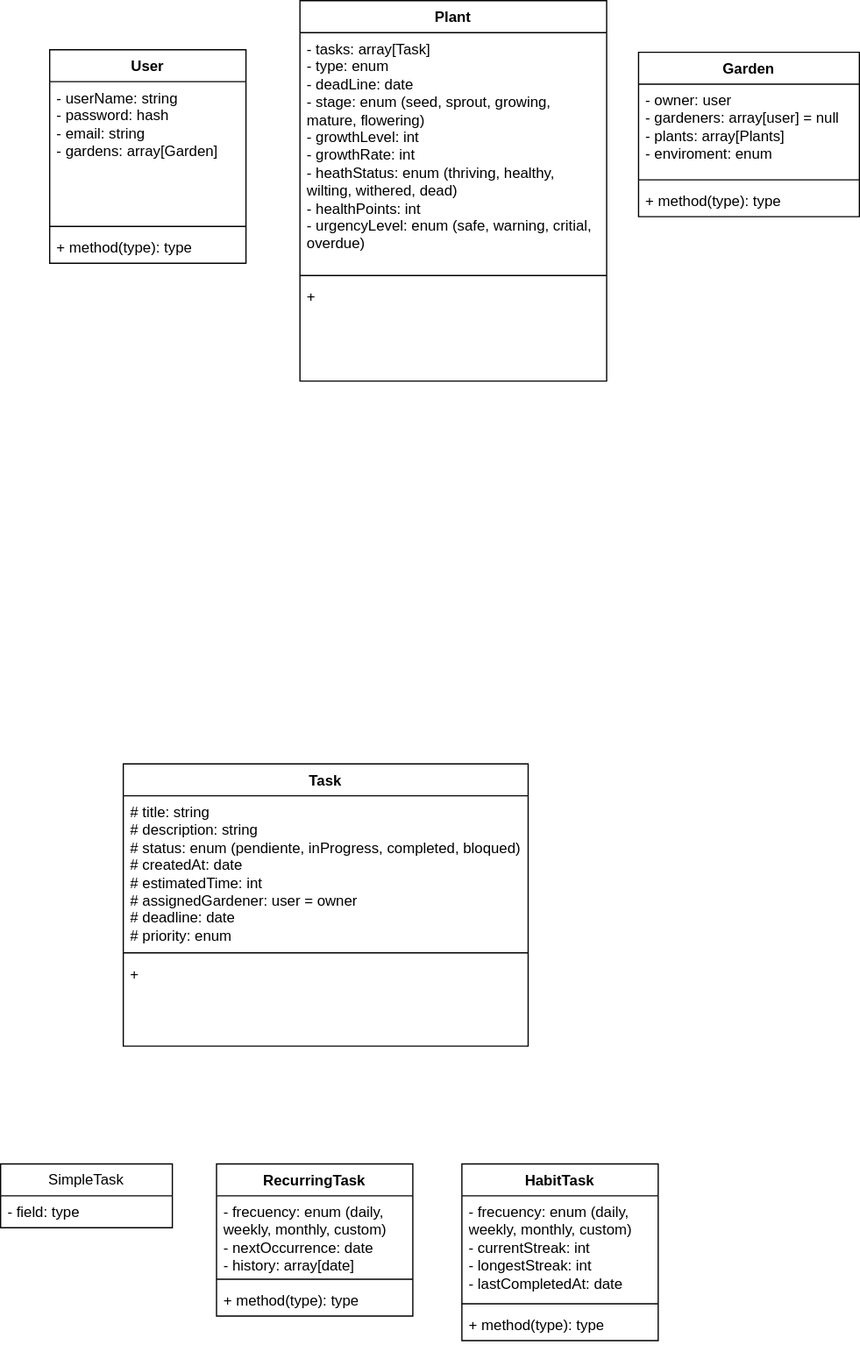
danielmoralesar/pomodoro-garden keeps this draw.io diagram as utils/uml-project.drawio.svg. Above is the earlier version. Source tidied: cells renumbered, new cells last; positions are measured from the earlier drawing's top-left corner, leaving out a move shared by most shapes.
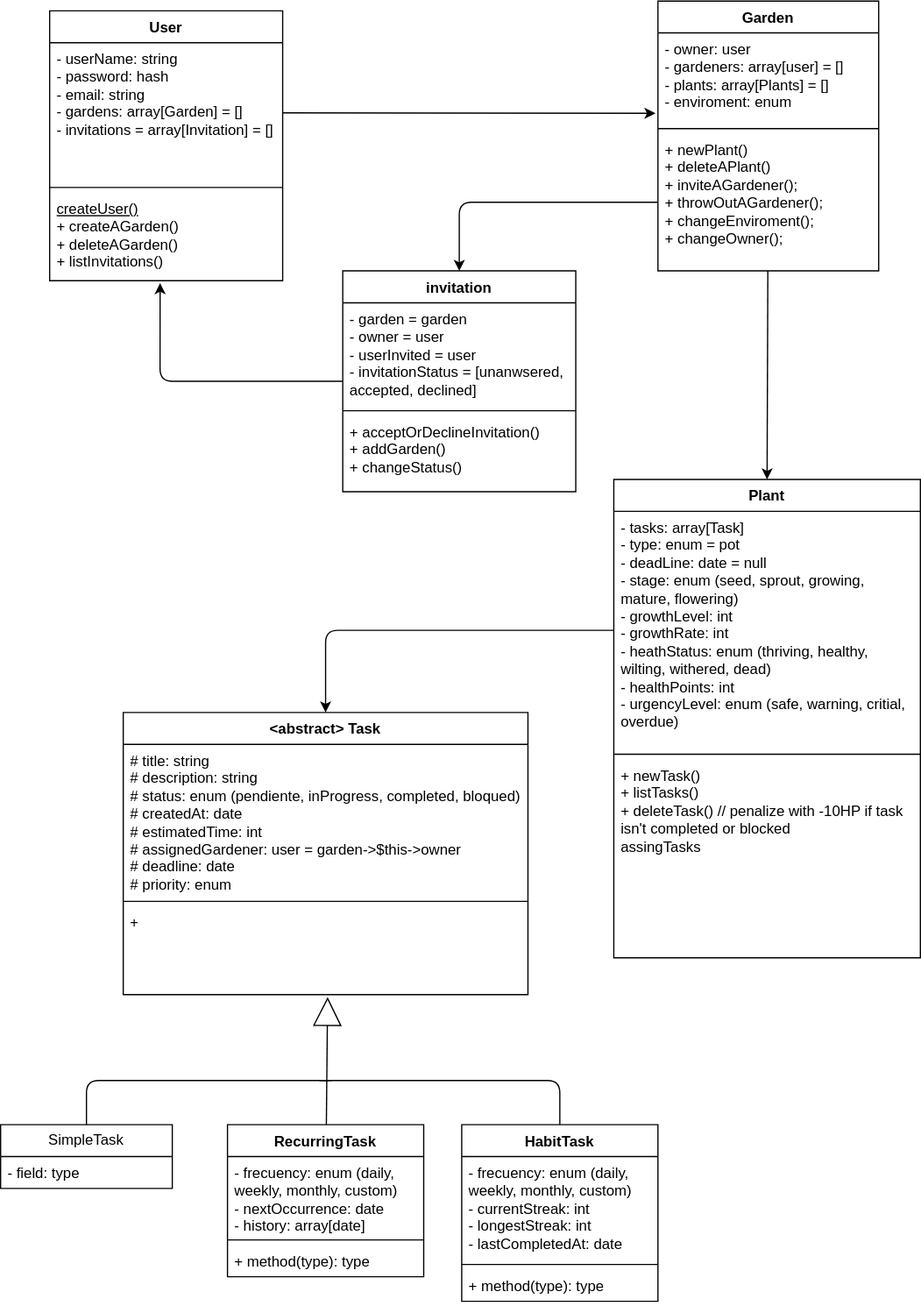
Above is the later version.

What changed in the source:
```diff
@@ -3,45 +3,48 @@
     <mxCell id="0" />
     <mxCell id="1" parent="0" />
     <mxCell id="2" value="User" style="swimlane;fontStyle=1;align=center;verticalAlign=top;horizontal=1;startSize=26;whiteSpace=wrap;html=1;" parent="1" vertex="1">
-      <mxGeometry x="40" y="40" width="160" height="174" as="geometry" />
+      <mxGeometry x="40" y="40" width="190" height="220" as="geometry" />
     </mxCell>
-    <mxCell id="3" value="- userName: string&lt;div&gt;- password: hash&lt;/div&gt;&lt;div&gt;- email: string&lt;/div&gt;&lt;div&gt;- gardens: array[Garden]&lt;/div&gt;" style="text;strokeColor=none;fillColor=none;align=left;verticalAlign=top;spacingLeft=4;spacingRight=4;overflow=hidden;points=[[0,0.5],[1,0.5]];portConstraint=eastwest;whiteSpace=wrap;html=1;" parent="2" vertex="1">
-      <mxGeometry y="26" width="160" height="114" as="geometry" />
+    <mxCell id="3" value="- userName: string&lt;div&gt;- password: hash&lt;/div&gt;&lt;div&gt;- email: string&lt;/div&gt;&lt;div&gt;- gardens: array[Garden] = []&lt;/div&gt;&lt;div&gt;- invitations = array[Invitation] = []&lt;/div&gt;" style="text;strokeColor=none;fillColor=none;align=left;verticalAlign=top;spacingLeft=4;spacingRight=4;overflow=hidden;points=[[0,0.5],[1,0.5]];portConstraint=eastwest;whiteSpace=wrap;html=1;" parent="2" vertex="1">
+      <mxGeometry y="26" width="190" height="114" as="geometry" />
     </mxCell>
     <mxCell id="4" style="line;strokeWidth=1;fillColor=none;align=left;verticalAlign=middle;spacingTop=-1;spacingLeft=3;spacingRight=3;labelPosition=right;strokeColor=inherit;" parent="2" vertex="1">
-      <mxGeometry y="140" width="160" height="8" as="geometry" />
+      <mxGeometry y="140" width="190" height="8" as="geometry" />
     </mxCell>
-    <mxCell id="5" value="+ method(type): type" style="text;strokeColor=none;fillColor=none;align=left;verticalAlign=top;spacingLeft=4;spacingRight=4;overflow=hidden;points=[[0,0.5],[1,0.5]];portConstraint=eastwest;whiteSpace=wrap;html=1;" parent="2" vertex="1">
-      <mxGeometry y="148" width="160" height="26" as="geometry" />
+    <mxCell id="5" value="&lt;div&gt;&lt;u&gt;createUser()&lt;/u&gt;&lt;/div&gt;+ createAGarden()&lt;div&gt;+ deleteAGarden()&lt;/div&gt;&lt;div&gt;+ listInvitations()&lt;/div&gt;&lt;div&gt;&lt;br&gt;&lt;/div&gt;" style="text;strokeColor=none;fillColor=none;align=left;verticalAlign=top;spacingLeft=4;spacingRight=4;overflow=hidden;points=[[0,0.5],[1,0.5]];portConstraint=eastwest;whiteSpace=wrap;html=1;" parent="2" vertex="1">
+      <mxGeometry y="148" width="190" height="72" as="geometry" />
     </mxCell>
     <mxCell id="6" value="Plant" style="swimlane;fontStyle=1;align=center;verticalAlign=top;horizontal=1;startSize=26;whiteSpace=wrap;html=1;" parent="1" vertex="1">
-      <mxGeometry x="244" width="250" height="310" as="geometry" />
+      <mxGeometry x="500" y="422" width="250" height="390" as="geometry" />
     </mxCell>
-    <mxCell id="7" value="&lt;div&gt;&lt;span style=&quot;background-color: transparent; color: light-dark(rgb(0, 0, 0), rgb(255, 255, 255));&quot;&gt;- tasks: array[Task]&lt;/span&gt;&lt;/div&gt;&lt;div&gt;- type: enum&amp;nbsp;&lt;/div&gt;&lt;div&gt;- deadLine: date&lt;/div&gt;&lt;div&gt;- stage: enum (seed, sprout, growing, mature, flowering)&lt;/div&gt;&lt;div&gt;- growthLevel: int&lt;/div&gt;&lt;div&gt;- growthRate: int&lt;/div&gt;&lt;div&gt;- heathStatus: enum (thriving, healthy, wilting, withered, dead)&lt;/div&gt;&lt;div&gt;- healthPoints: int&lt;/div&gt;&lt;div&gt;- urgencyLevel: enum (safe, warning, critial, overdue)&lt;/div&gt;" style="text;strokeColor=none;fillColor=none;align=left;verticalAlign=top;spacingLeft=4;spacingRight=4;overflow=hidden;points=[[0,0.5],[1,0.5]];portConstraint=eastwest;whiteSpace=wrap;html=1;" parent="6" vertex="1">
+    <mxCell id="7" value="&lt;div&gt;&lt;span style=&quot;background-color: transparent; color: light-dark(rgb(0, 0, 0), rgb(255, 255, 255));&quot;&gt;- tasks: array[Task]&lt;/span&gt;&lt;/div&gt;&lt;div&gt;- type: enum = pot&lt;/div&gt;&lt;div&gt;- deadLine: date = null&lt;/div&gt;&lt;div&gt;- stage: enum (seed, sprout, growing, mature, flowering)&lt;/div&gt;&lt;div&gt;- growthLevel: int&lt;/div&gt;&lt;div&gt;- growthRate: int&lt;/div&gt;&lt;div&gt;- heathStatus: enum (thriving, healthy, wilting, withered, dead)&lt;/div&gt;&lt;div&gt;- healthPoints: int&lt;/div&gt;&lt;div&gt;- urgencyLevel: enum (safe, warning, critial, overdue)&lt;/div&gt;" style="text;strokeColor=none;fillColor=none;align=left;verticalAlign=top;spacingLeft=4;spacingRight=4;overflow=hidden;points=[[0,0.5],[1,0.5]];portConstraint=eastwest;whiteSpace=wrap;html=1;" parent="6" vertex="1">
       <mxGeometry y="26" width="250" height="194" as="geometry" />
     </mxCell>
     <mxCell id="8" style="line;strokeWidth=1;fillColor=none;align=left;verticalAlign=middle;spacingTop=-1;spacingLeft=3;spacingRight=3;labelPosition=right;strokeColor=inherit;" parent="6" vertex="1">
       <mxGeometry y="220" width="250" height="8" as="geometry" />
     </mxCell>
-    <mxCell id="9" value="+" style="text;strokeColor=none;fillColor=none;align=left;verticalAlign=top;spacingLeft=4;spacingRight=4;overflow=hidden;whiteSpace=wrap;html=1;" parent="6" vertex="1">
-      <mxGeometry y="228" width="250" height="82" as="geometry" />
+    <mxCell id="9" value="+ newTask()&lt;div&gt;&lt;font style=&quot;color: light-dark(rgb(0, 0, 0), rgb(255, 255, 255));&quot;&gt;+ listTasks()&lt;br&gt;&lt;/font&gt;&lt;div&gt;+ deleteTask() // penalize with -10HP if task isn't completed or blocked&amp;nbsp;&lt;/div&gt;&lt;div&gt;assingTasks&lt;/div&gt;&lt;/div&gt;" style="text;strokeColor=none;fillColor=none;align=left;verticalAlign=top;spacingLeft=4;spacingRight=4;overflow=hidden;whiteSpace=wrap;html=1;" parent="6" vertex="1">
+      <mxGeometry y="228" width="250" height="162" as="geometry" />
     </mxCell>
+    <mxCell id="28" style="edgeStyle=none;html=1;entryX=0.5;entryY=0;entryDx=0;entryDy=0;" parent="1" edge="1" source="10" target="6">
+      <mxGeometry relative="1" as="geometry" />
+    </mxCell>
     <mxCell id="10" value="Garden" style="swimlane;fontStyle=1;align=center;verticalAlign=top;horizontal=1;startSize=26;whiteSpace=wrap;html=1;" parent="1" vertex="1">
-      <mxGeometry x="520" y="42" width="180" height="134" as="geometry" />
+      <mxGeometry x="536" y="32" width="180" height="220" as="geometry" />
     </mxCell>
-    <mxCell id="11" value="- owner: user&lt;div&gt;- gardeners: array[user] = null&lt;br&gt;&lt;div&gt;- plants: array[Plants]&lt;/div&gt;&lt;/div&gt;&lt;div&gt;- enviroment: enum&lt;/div&gt;" style="text;strokeColor=none;fillColor=none;align=left;verticalAlign=top;spacingLeft=4;spacingRight=4;overflow=hidden;points=[[0,0.5],[1,0.5]];portConstraint=eastwest;whiteSpace=wrap;html=1;" parent="10" vertex="1">
+    <mxCell id="11" value="- owner: user&lt;div&gt;- gardeners: array[user] = []&lt;br&gt;&lt;div&gt;- plants: array[Plants] = []&lt;/div&gt;&lt;/div&gt;&lt;div&gt;- enviroment: enum&lt;/div&gt;" style="text;strokeColor=none;fillColor=none;align=left;verticalAlign=top;spacingLeft=4;spacingRight=4;overflow=hidden;points=[[0,0.5],[1,0.5]];portConstraint=eastwest;whiteSpace=wrap;html=1;" parent="10" vertex="1">
       <mxGeometry y="26" width="180" height="74" as="geometry" />
     </mxCell>
     <mxCell id="12" style="line;strokeWidth=1;fillColor=none;align=left;verticalAlign=middle;spacingTop=-1;spacingLeft=3;spacingRight=3;labelPosition=right;strokeColor=inherit;" parent="10" vertex="1">
       <mxGeometry y="100" width="180" height="8" as="geometry" />
     </mxCell>
-    <mxCell id="13" value="+ method(type): type" style="text;strokeColor=none;fillColor=none;align=left;verticalAlign=top;spacingLeft=4;spacingRight=4;overflow=hidden;points=[[0,0.5],[1,0.5]];portConstraint=eastwest;whiteSpace=wrap;html=1;" parent="10" vertex="1">
-      <mxGeometry y="108" width="180" height="26" as="geometry" />
+    <mxCell id="13" value="+ newPlant()&lt;div&gt;+ deleteAPlant()&lt;/div&gt;&lt;div&gt;+ inviteAGardener();&lt;/div&gt;&lt;div&gt;+ throwOutAGardener();&lt;/div&gt;&lt;div&gt;+ changeEnviroment();&lt;/div&gt;&lt;div&gt;+ changeOwner();&lt;/div&gt;" style="text;strokeColor=none;fillColor=none;align=left;verticalAlign=top;spacingLeft=4;spacingRight=4;overflow=hidden;points=[[0,0.5],[1,0.5]];portConstraint=eastwest;whiteSpace=wrap;html=1;" parent="10" vertex="1">
+      <mxGeometry y="108" width="180" height="112" as="geometry" />
     </mxCell>
-    <mxCell id="14" value="Task" style="swimlane;fontStyle=1;align=center;verticalAlign=top;horizontal=1;startSize=26;whiteSpace=wrap;html=1;" parent="1" vertex="1">
-      <mxGeometry x="100" y="622" width="330" height="230" as="geometry" />
+    <mxCell id="14" value="&amp;nbsp;&amp;lt;abstract&amp;gt; Task" style="swimlane;fontStyle=1;align=center;verticalAlign=top;horizontal=1;startSize=26;whiteSpace=wrap;html=1;" parent="1" vertex="1">
+      <mxGeometry x="100" y="612" width="330" height="230" as="geometry" />
     </mxCell>
-    <mxCell id="15" value="# title: string&lt;div&gt;# description: string&lt;br&gt;&lt;div&gt;# status: enum (pendiente, inProgress, completed, bloqued)&lt;/div&gt;&lt;/div&gt;&lt;div&gt;# createdAt: date&lt;/div&gt;&lt;div&gt;# estimatedTime: int&lt;/div&gt;&lt;div&gt;# assignedGardener: user = owner&lt;/div&gt;&lt;div&gt;# deadline: date&lt;/div&gt;&lt;div&gt;# priority: enum&lt;/div&gt;" style="text;strokeColor=none;fillColor=none;align=left;verticalAlign=top;spacingLeft=4;spacingRight=4;overflow=hidden;whiteSpace=wrap;html=1;" parent="14" vertex="1">
+    <mxCell id="15" value="# title: string&lt;div&gt;# description: string&lt;br&gt;&lt;div&gt;# status: enum (pendiente, inProgress, completed, bloqued)&lt;/div&gt;&lt;/div&gt;&lt;div&gt;# createdAt: date&lt;/div&gt;&lt;div&gt;# estimatedTime: int&lt;/div&gt;&lt;div&gt;# assignedGardener: user = garden-&amp;gt;$this-&amp;gt;owner&lt;/div&gt;&lt;div&gt;# deadline: date&lt;/div&gt;&lt;div&gt;# priority: enum&lt;/div&gt;" style="text;strokeColor=none;fillColor=none;align=left;verticalAlign=top;spacingLeft=4;spacingRight=4;overflow=hidden;whiteSpace=wrap;html=1;" parent="14" vertex="1">
       <mxGeometry y="26" width="330" height="124" as="geometry" />
     </mxCell>
     <mxCell id="16" style="line;strokeWidth=1;fillColor=none;align=left;verticalAlign=middle;spacingTop=-1;spacingLeft=3;spacingRight=3;labelPosition=right;strokeColor=inherit;" parent="14" vertex="1">
@@ -50,6 +53,14 @@
     <mxCell id="17" value="+" style="text;strokeColor=none;fillColor=none;align=left;verticalAlign=top;spacingLeft=4;spacingRight=4;overflow=hidden;points=[[0,0.5],[1,0.5]];portConstraint=eastwest;whiteSpace=wrap;html=1;" parent="14" vertex="1">
       <mxGeometry y="158" width="330" height="72" as="geometry" />
     </mxCell>
+    <mxCell id="29" style="edgeStyle=orthogonalEdgeStyle;html=1;endArrow=none;endFill=0;" parent="1" edge="1" source="18">
+      <mxGeometry relative="1" as="geometry">
+        <mxPoint x="270" y="912" as="targetPoint" />
+        <Array as="points">
+          <mxPoint x="70" y="912" />
+        </Array>
+      </mxGeometry>
+    </mxCell>
     <mxCell id="18" value="SimpleTask" style="swimlane;fontStyle=0;horizontal=1;startSize=26;fillColor=none;whiteSpace=wrap;html=1;" parent="1" vertex="1">
       <mxGeometry y="948" width="140" height="52" as="geometry" />
     </mxCell>
@@ -57,7 +68,7 @@
       <mxGeometry y="26" width="140" height="26" as="geometry" />
     </mxCell>
     <mxCell id="20" value="RecurringTask" style="swimlane;fontStyle=1;align=center;verticalAlign=top;horizontal=1;startSize=26;whiteSpace=wrap;html=1;" parent="1" vertex="1">
-      <mxGeometry x="176" y="948" width="160" height="124" as="geometry" />
+      <mxGeometry x="185" y="948" width="160" height="124" as="geometry" />
     </mxCell>
     <mxCell id="21" value="- frecuency: enum (daily, weekly, monthly, custom)&lt;div&gt;- nextOccurrence: date&lt;/div&gt;&lt;div&gt;- history: array[date]&lt;/div&gt;" style="text;strokeColor=none;fillColor=none;align=left;verticalAlign=top;spacingLeft=4;spacingRight=4;overflow=hidden;whiteSpace=wrap;html=1;" parent="20" vertex="1">
       <mxGeometry y="26" width="160" height="64" as="geometry" />
@@ -68,6 +79,14 @@
     <mxCell id="23" value="+ method(type): type" style="text;strokeColor=none;fillColor=none;align=left;verticalAlign=top;spacingLeft=4;spacingRight=4;overflow=hidden;whiteSpace=wrap;html=1;" parent="20" vertex="1">
       <mxGeometry y="98" width="160" height="26" as="geometry" />
     </mxCell>
+    <mxCell id="30" style="edgeStyle=orthogonalEdgeStyle;html=1;endArrow=none;endFill=0;" parent="1" edge="1" source="24">
+      <mxGeometry relative="1" as="geometry">
+        <mxPoint x="260" y="912" as="targetPoint" />
+        <Array as="points">
+          <mxPoint x="456" y="912" />
+        </Array>
+      </mxGeometry>
+    </mxCell>
     <mxCell id="24" value="HabitTask" style="swimlane;fontStyle=1;align=center;verticalAlign=top;horizontal=1;startSize=26;whiteSpace=wrap;html=1;" parent="1" vertex="1">
       <mxGeometry x="376" y="948" width="160" height="144" as="geometry" />
     </mxCell>
@@ -80,5 +99,44 @@
     <mxCell id="27" value="+ method(type): type" style="text;strokeColor=none;fillColor=none;align=left;verticalAlign=top;spacingLeft=4;spacingRight=4;overflow=hidden;whiteSpace=wrap;html=1;" parent="24" vertex="1">
       <mxGeometry y="118" width="160" height="26" as="geometry" />
     </mxCell>
+    <mxCell id="31" style="edgeStyle=none;html=1;entryX=0.5;entryY=0;entryDx=0;entryDy=0;" parent="1" edge="1" source="7" target="14">
+      <mxGeometry relative="1" as="geometry">
+        <Array as="points">
+          <mxPoint x="265" y="545" />
+        </Array>
+      </mxGeometry>
+    </mxCell>
+    <mxCell id="32" style="edgeStyle=none;html=1;entryX=0.505;entryY=1.028;entryDx=0;entryDy=0;entryPerimeter=0;endArrow=block;endFill=0;endSize=21;" parent="1" edge="1" source="20" target="17">
+      <mxGeometry relative="1" as="geometry" />
+    </mxCell>
+    <mxCell id="33" value="invitation" style="swimlane;fontStyle=1;align=center;verticalAlign=top;horizontal=1;startSize=26;whiteSpace=wrap;html=1;" parent="1" vertex="1">
+      <mxGeometry x="279" y="252" width="190" height="180" as="geometry" />
+    </mxCell>
+    <mxCell id="34" value="- garden = garden&lt;div&gt;- owner = user&lt;/div&gt;&lt;div&gt;- userInvited = user&lt;/div&gt;&lt;div&gt;- invitationStatus = [unanwsered, accepted, declined]&lt;/div&gt;" style="text;strokeColor=none;fillColor=none;align=left;verticalAlign=top;spacingLeft=4;spacingRight=4;overflow=hidden;whiteSpace=wrap;html=1;" parent="33" vertex="1">
+      <mxGeometry y="26" width="190" height="84" as="geometry" />
+    </mxCell>
+    <mxCell id="35" style="line;strokeWidth=1;fillColor=none;align=left;verticalAlign=middle;spacingTop=-1;spacingLeft=3;spacingRight=3;labelPosition=right;strokeColor=inherit;" parent="33" vertex="1">
+      <mxGeometry y="110" width="190" height="8" as="geometry" />
+    </mxCell>
+    <mxCell id="36" value="+ acceptOrDeclineInvitation()&lt;div&gt;+ addGarden()&lt;/div&gt;&lt;div&gt;+ changeStatus()&lt;/div&gt;" style="text;strokeColor=none;fillColor=none;align=left;verticalAlign=top;spacingLeft=4;spacingRight=4;overflow=hidden;whiteSpace=wrap;html=1;" parent="33" vertex="1">
+      <mxGeometry y="118" width="190" height="62" as="geometry" />
+    </mxCell>
+    <mxCell id="37" style="edgeStyle=none;html=1;entryX=-0.011;entryY=0.886;entryDx=0;entryDy=0;entryPerimeter=0;" parent="1" edge="1" source="3" target="11">
+      <mxGeometry relative="1" as="geometry" />
+    </mxCell>
+    <mxCell id="38" style="edgeStyle=none;html=1;entryX=0.5;entryY=0;entryDx=0;entryDy=0;" parent="1" edge="1" source="13" target="33">
+      <mxGeometry relative="1" as="geometry">
+        <Array as="points">
+          <mxPoint x="374" y="196" />
+        </Array>
+      </mxGeometry>
+    </mxCell>
+    <mxCell id="39" style="edgeStyle=none;html=1;entryX=0.474;entryY=1.028;entryDx=0;entryDy=0;entryPerimeter=0;" parent="1" edge="1" source="33" target="5">
+      <mxGeometry relative="1" as="geometry">
+        <Array as="points">
+          <mxPoint x="130" y="342" />
+        </Array>
+      </mxGeometry>
+    </mxCell>
   </root>
 </mxGraphModel>
```
